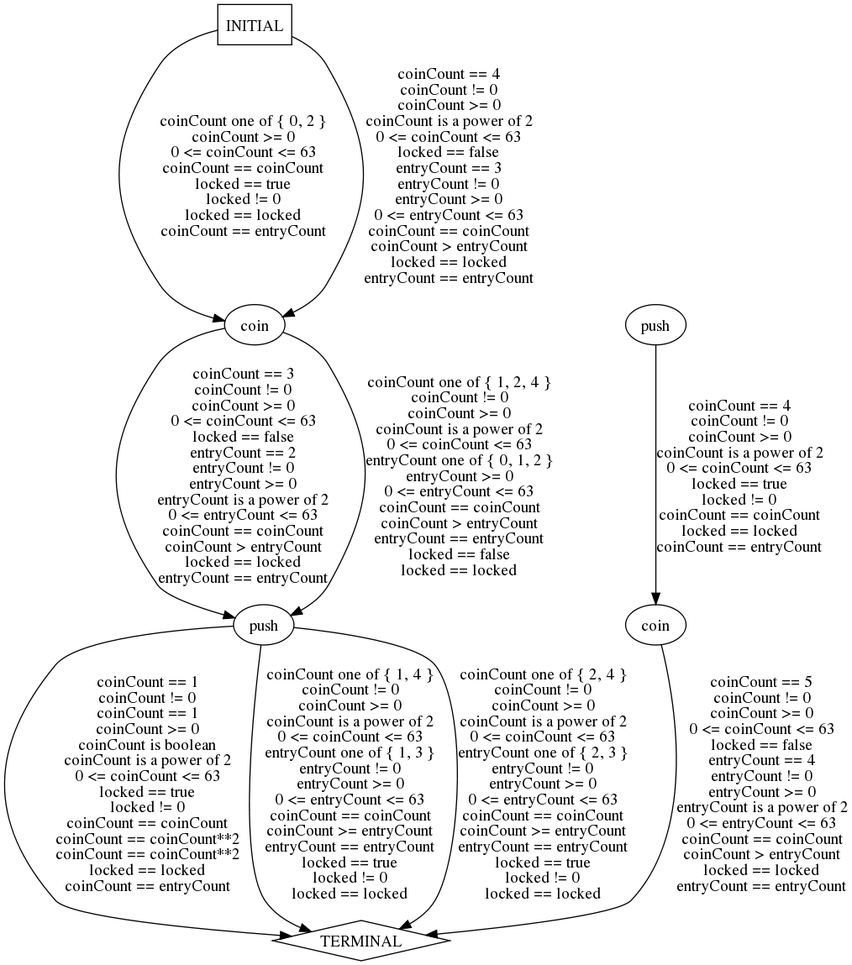
Earlier version of the Graphviz export traces/abstract/turnstile-example/turnstile.dot.png (ModelInference/synoptic). Its source is kept beside it as traces/abstract/turnstile-example/turnstile.dot.
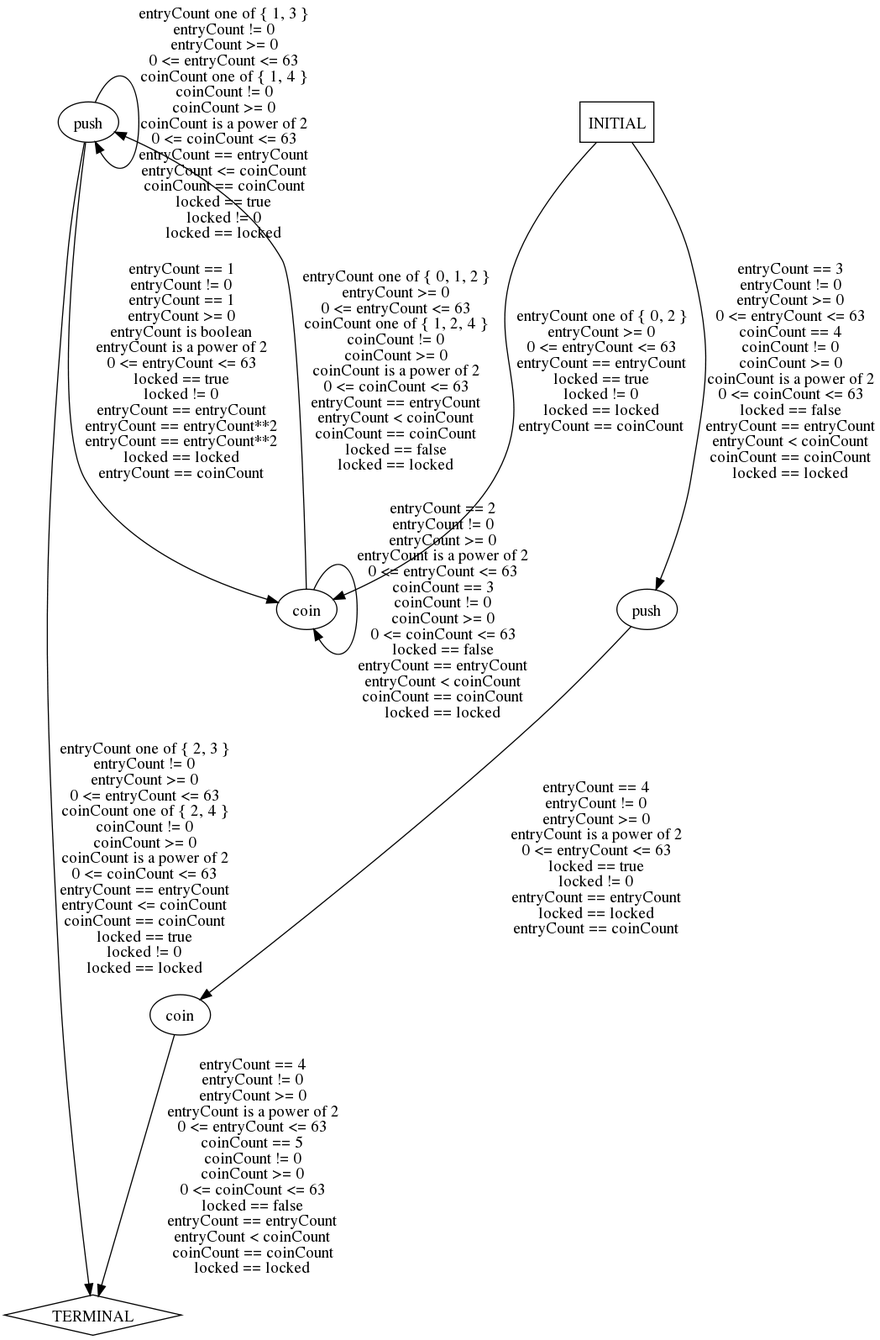
After the change.

Commit message:
Fixed bug in Partition.getTransitionsWithDaikonInvariants: there were multiple edges of same direction between 2 nodes, and added correct output model of turnstile-example.

Change to the diagram source:
```diff
@@ -5,13 +5,13 @@
   3 [label="push"];
   4 [label="TERMINAL",shape=diamond];
   5 [label="INITIAL",shape=box];
-0->4 [label="coinCount == 5\ncoinCount != 0\ncoinCount >= 0\n0 <= coinCount <= 63\nlocked == false\nentryCount == 4\nentryCount != 0\nentryCount >= 0\nentryCount is a power of 2\n0 <= entryCount <= 63\ncoinCount == coinCount\ncoinCount > entryCount\nlocked == locked\nentryCount == entryCount",];
-1->3 [label="coinCount == 3\ncoinCount != 0\ncoinCount >= 0\n0 <= coinCount <= 63\nlocked == false\nentryCount == 2\nentryCount != 0\nentryCount >= 0\nentryCount is a power of 2\n0 <= entryCount <= 63\ncoinCount == coinCount\ncoinCount > entryCount\nlocked == locked\nentryCount == entryCount",];
-1->3 [label="coinCount one of { 1, 2, 4 }\ncoinCount != 0\ncoinCount >= 0\ncoinCount is a power of 2\n0 <= coinCount <= 63\nentryCount one of { 0, 1, 2 }\nentryCount >= 0\n0 <= entryCount <= 63\ncoinCount == coinCount\ncoinCount > entryCount\nentryCount == entryCount\nlocked == false\nlocked == locked",];
-2->0 [label="coinCount == 4\ncoinCount != 0\ncoinCount >= 0\ncoinCount is a power of 2\n0 <= coinCount <= 63\nlocked == true\nlocked != 0\ncoinCount == coinCount\nlocked == locked\ncoinCount == entryCount",];
-3->4 [label="coinCount == 1\ncoinCount != 0\ncoinCount == 1\ncoinCount >= 0\ncoinCount is boolean\ncoinCount is a power of 2\n0 <= coinCount <= 63\nlocked == true\nlocked != 0\ncoinCount == coinCount\ncoinCount == coinCount**2\ncoinCount == coinCount**2\nlocked == locked\ncoinCount == entryCount",];
-3->4 [label="coinCount one of { 1, 4 }\ncoinCount != 0\ncoinCount >= 0\ncoinCount is a power of 2\n0 <= coinCount <= 63\nentryCount one of { 1, 3 }\nentryCount != 0\nentryCount >= 0\n0 <= entryCount <= 63\ncoinCount == coinCount\ncoinCount >= entryCount\nentryCount == entryCount\nlocked == true\nlocked != 0\nlocked == locked",];
-3->4 [label="coinCount one of { 2, 4 }\ncoinCount != 0\ncoinCount >= 0\ncoinCount is a power of 2\n0 <= coinCount <= 63\nentryCount one of { 2, 3 }\nentryCount != 0\nentryCount >= 0\n0 <= entryCount <= 63\ncoinCount == coinCount\ncoinCount >= entryCount\nentryCount == entryCount\nlocked == true\nlocked != 0\nlocked == locked",];
-5->1 [label="coinCount one of { 0, 2 }\ncoinCount >= 0\n0 <= coinCount <= 63\ncoinCount == coinCount\nlocked == true\nlocked != 0\nlocked == locked\ncoinCount == entryCount",];
-5->1 [label="coinCount == 4\ncoinCount != 0\ncoinCount >= 0\ncoinCount is a power of 2\n0 <= coinCount <= 63\nlocked == false\nentryCount == 3\nentryCount != 0\nentryCount >= 0\n0 <= entryCount <= 63\ncoinCount == coinCount\ncoinCount > entryCount\nlocked == locked\nentryCount == entryCount",];
+0->4 [label="entryCount == 4\nentryCount != 0\nentryCount >= 0\nentryCount is a power of 2\n0 <= entryCount <= 63\ncoinCount == 5\ncoinCount != 0\ncoinCount >= 0\n0 <= coinCount <= 63\nlocked == false\nentryCount == entryCount\nentryCount < coinCount\ncoinCount == coinCount\nlocked == locked",];
+1->1 [label="entryCount == 2\nentryCount != 0\nentryCount >= 0\nentryCount is a power of 2\n0 <= entryCount <= 63\ncoinCount == 3\ncoinCount != 0\ncoinCount >= 0\n0 <= coinCount <= 63\nlocked == false\nentryCount == entryCount\nentryCount < coinCount\ncoinCount == coinCount\nlocked == locked",];
+1->3 [label="entryCount one of { 0, 1, 2 }\nentryCount >= 0\n0 <= entryCount <= 63\ncoinCount one of { 1, 2, 4 }\ncoinCount != 0\ncoinCount >= 0\ncoinCount is a power of 2\n0 <= coinCount <= 63\nentryCount == entryCount\nentryCount < coinCount\ncoinCount == coinCount\nlocked == false\nlocked == locked",];
+2->0 [label="entryCount == 4\nentryCount != 0\nentryCount >= 0\nentryCount is a power of 2\n0 <= entryCount <= 63\nlocked == true\nlocked != 0\nentryCount == entryCount\nlocked == locked\nentryCount == coinCount",];
+3->1 [label="entryCount == 1\nentryCount != 0\nentryCount == 1\nentryCount >= 0\nentryCount is boolean\nentryCount is a power of 2\n0 <= entryCount <= 63\nlocked == true\nlocked != 0\nentryCount == entryCount\nentryCount == entryCount**2\nentryCount == entryCount**2\nlocked == locked\nentryCount == coinCount",];
+3->3 [label="entryCount one of { 1, 3 }\nentryCount != 0\nentryCount >= 0\n0 <= entryCount <= 63\ncoinCount one of { 1, 4 }\ncoinCount != 0\ncoinCount >= 0\ncoinCount is a power of 2\n0 <= coinCount <= 63\nentryCount == entryCount\nentryCount <= coinCount\ncoinCount == coinCount\nlocked == true\nlocked != 0\nlocked == locked",];
+3->4 [label="entryCount one of { 2, 3 }\nentryCount != 0\nentryCount >= 0\n0 <= entryCount <= 63\ncoinCount one of { 2, 4 }\ncoinCount != 0\ncoinCount >= 0\ncoinCount is a power of 2\n0 <= coinCount <= 63\nentryCount == entryCount\nentryCount <= coinCount\ncoinCount == coinCount\nlocked == true\nlocked != 0\nlocked == locked",];
+5->1 [label="entryCount one of { 0, 2 }\nentryCount >= 0\n0 <= entryCount <= 63\nentryCount == entryCount\nlocked == true\nlocked != 0\nlocked == locked\nentryCount == coinCount",];
+5->2 [label="entryCount == 3\nentryCount != 0\nentryCount >= 0\n0 <= entryCount <= 63\ncoinCount == 4\ncoinCount != 0\ncoinCount >= 0\ncoinCount is a power of 2\n0 <= coinCount <= 63\nlocked == false\nentryCount == entryCount\nentryCount < coinCount\ncoinCount == coinCount\nlocked == locked",];
 } // digraph {
```
